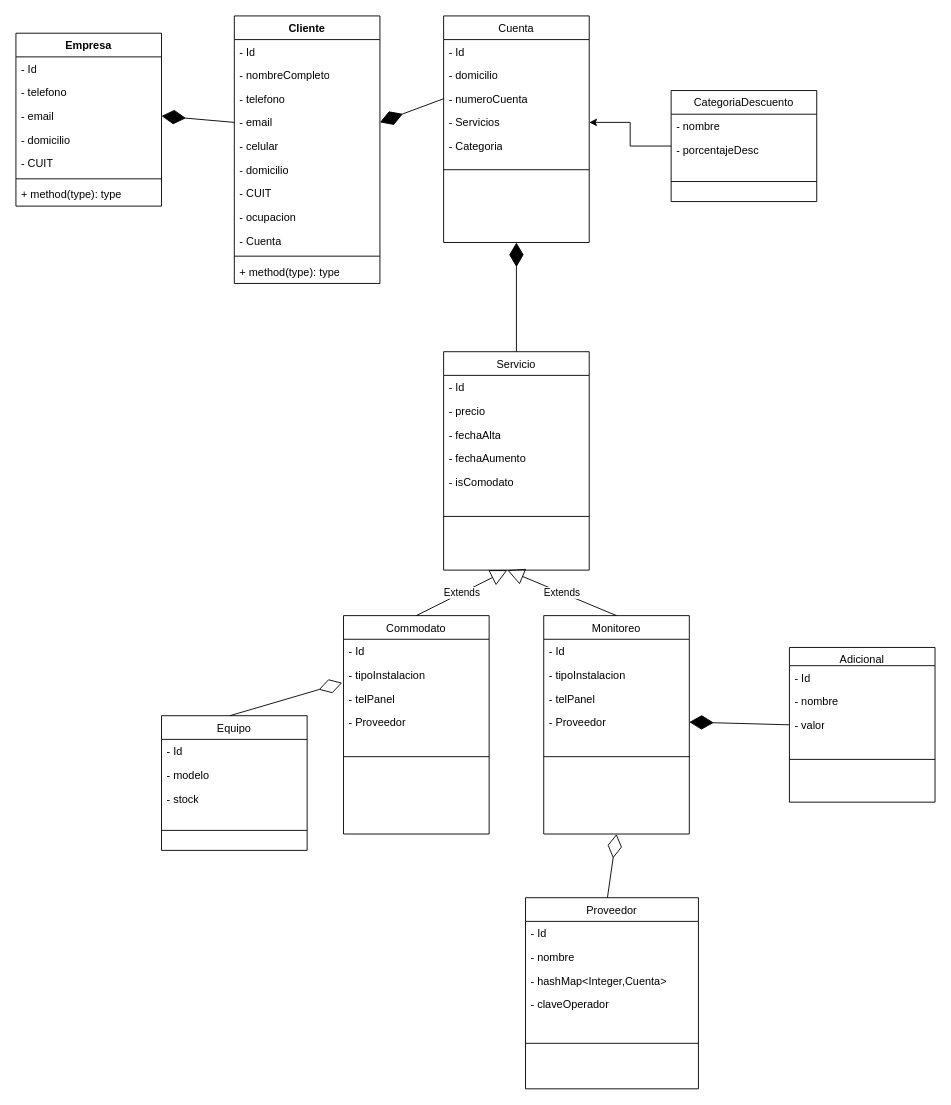
Above: UML/uml.drawio in JuanDuhalde12/TpFinalLabo3 (draw.io), before the change. Source tidied: cells renumbered, new cells numbered last; positions are measured from the earlier drawing's top-left corner, leaving out a move shared by most shapes. Both pictures are drawn from the tidied source at 91%, with x=0, y=0 at pixel (15, 15).
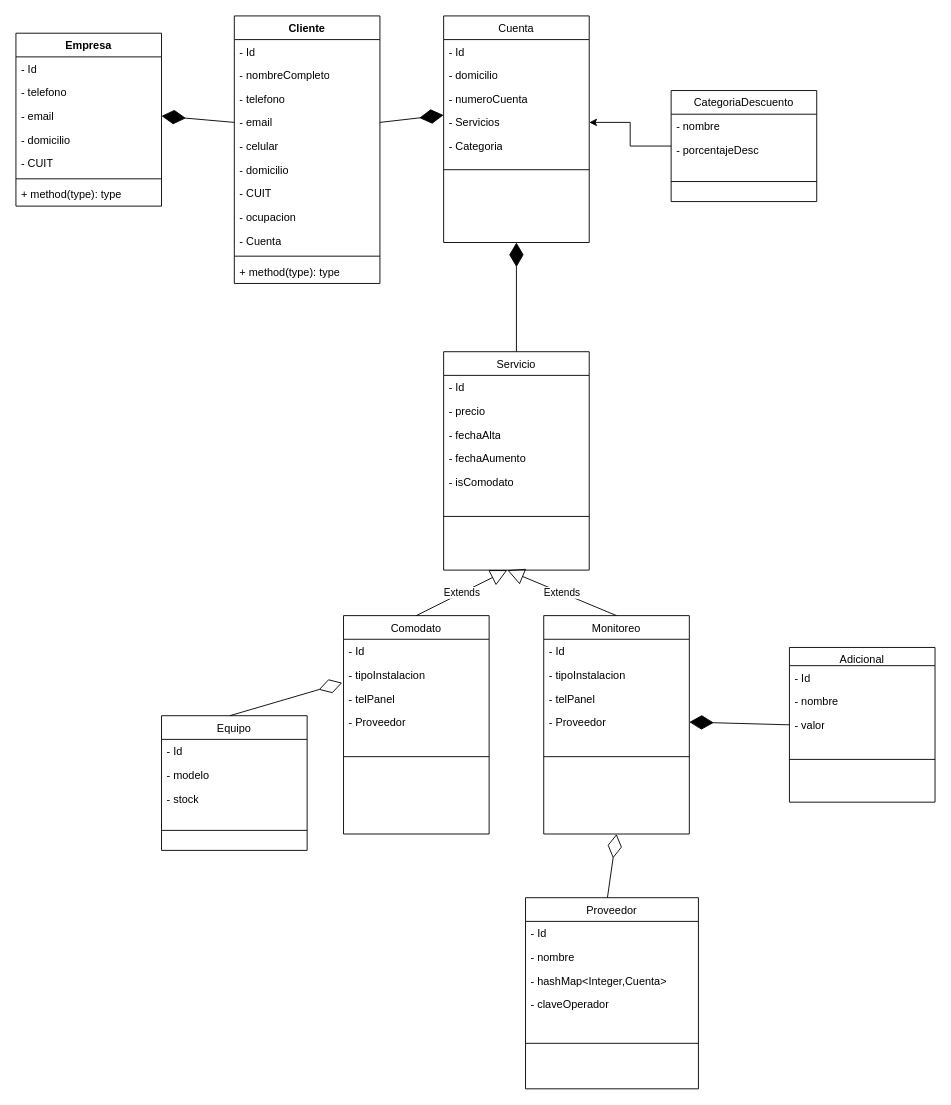
The same diagram, later.

Unchanged cells that the change refers to:
```xml
<mxCell id="5" value="- numeroCuenta" style="text;strokeColor=none;fillColor=none;align=left;verticalAlign=top;spacingLeft=4;spacingRight=4;overflow=hidden;points=[[0,0.5],[1,0.5]];portConstraint=eastwest;whiteSpace=wrap;html=1;" parent="2" vertex="1">
  <mxGeometry y="78" width="160" height="26" as="geometry" />
</mxCell>
<mxCell id="40" value="- email" style="text;strokeColor=none;fillColor=none;align=left;verticalAlign=top;spacingLeft=4;spacingRight=4;overflow=hidden;points=[[0,0.5],[1,0.5]];portConstraint=eastwest;whiteSpace=wrap;html=1;" parent="36" vertex="1">
  <mxGeometry y="104" width="160" height="26" as="geometry" />
</mxCell>
```

The edit, as a diff of the source:
```diff
@@
-    <mxCell id="63" value="Commodato" style="swimlane;fontStyle=0;align=center;verticalAlign=top;horizontal=1;startSize=26;rounded=0;shadow=0;strokeWidth=1;" parent="1" vertex="1">
+    <mxCell id="63" value="Comodato" style="swimlane;fontStyle=0;align=center;verticalAlign=top;horizontal=1;startSize=26;rounded=0;shadow=0;strokeWidth=1;" parent="1" vertex="1">
       <mxGeometry x="360" y="659" width="160" height="240" as="geometry" />
     </mxCell>
@@
-    <mxCell id="75" style="endArrow=diamondThin;endFill=1;endSize=24;html=1;rounded=0;entryX=1;entryY=0.5;entryDx=0;entryDy=0;exitX=0;exitY=0.5;exitDx=0;exitDy=0;" parent="1" edge="1" source="5" target="40">
-      <mxGeometry relative="1" as="geometry" />
+    <mxCell id="75" style="endArrow=diamondThin;endFill=1;endSize=24;html=1;rounded=0;exitX=1;exitY=0.5;exitDx=0;exitDy=0;" parent="1" edge="1" source="40">
+      <mxGeometry relative="1" as="geometry">
+        <mxPoint x="470" y="109" as="targetPoint" />
+      </mxGeometry>
     </mxCell>
```
